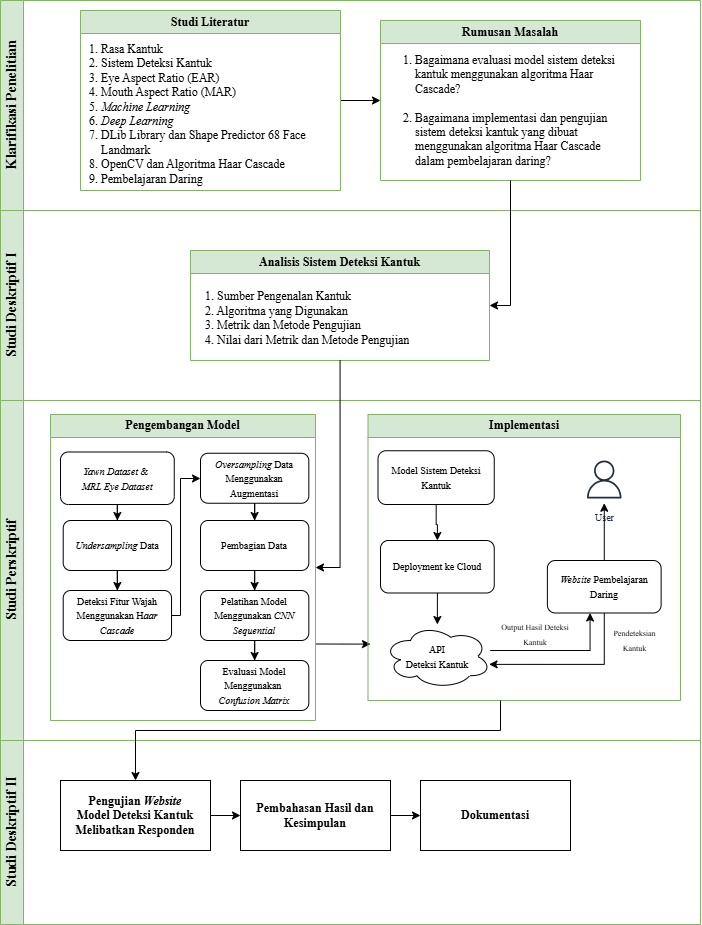
Above: Desain Penelitian.drawio.png in pakkaem/app.diagrams.net-repo (draw.io), before the change. Source tidied: cells renumbered, new cells last; positions are measured from the earlier drawing's top-left corner, leaving out a move shared by most shapes.
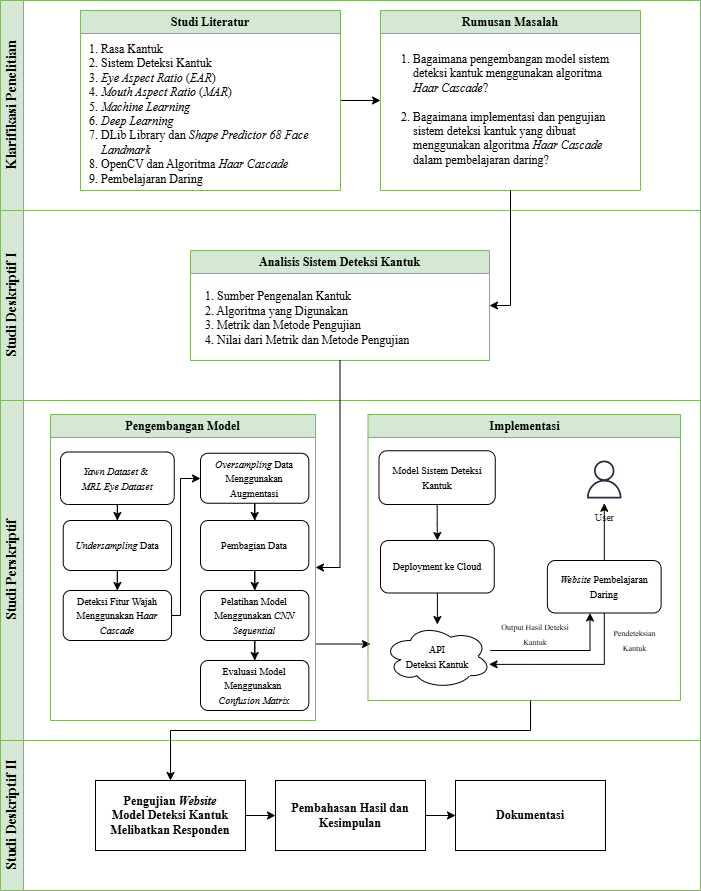
After the commit.

Change to the diagram source:
```diff
@@ -5,20 +5,20 @@
     <mxCell id="2" value="Klarifikasi Penelitian" style="swimlane;horizontal=0;whiteSpace=wrap;html=1;fontFamily=Times New Roman;fontSize=14;fillColor=#d5e8d4;strokeColor=#82b366;" parent="1" vertex="1">
       <mxGeometry width="700" height="210" as="geometry" />
     </mxCell>
-    <mxCell id="3" style="edgeStyle=orthogonalEdgeStyle;rounded=0;jettySize=auto;html=1;entryX=0;entryY=0.5;entryDx=0;entryDy=0;" parent="2" edge="1" source="4" target="6">
+    <mxCell id="3" style="edgeStyle=orthogonalEdgeStyle;rounded=0;jettySize=auto;html=1;" parent="2" edge="1" source="4" target="6">
       <mxGeometry relative="1" as="geometry" />
     </mxCell>
     <mxCell id="4" value="&lt;font face=&quot;Times New Roman&quot;&gt;Studi Literatur&lt;/font&gt;" style="swimlane;whiteSpace=wrap;html=1;fillColor=#d5e8d4;strokeColor=#82b366;" parent="2" vertex="1">
       <mxGeometry x="80" y="10" width="260" height="180" as="geometry" />
     </mxCell>
-    <mxCell id="5" value="&lt;p&gt;&lt;span style=&quot;background-color: initial;&quot;&gt;1. Rasa Kantuk&lt;br&gt;2. Sistem Deteksi Kantuk&lt;br&gt;3. Eye Aspect Ratio (EAR)&lt;br&gt;&lt;/span&gt;&lt;span style=&quot;background-color: initial;&quot;&gt;4. Mouth Aspect Ratio (MAR)&amp;nbsp;&lt;br&gt;5. &lt;i&gt;Machine Learning&lt;/i&gt;&lt;br&gt;6. &lt;i&gt;Deep Learning&lt;br&gt;&lt;/i&gt;7. DLib Library dan Shape Predictor 68 Face&amp;nbsp; &amp;nbsp; &amp;nbsp; &amp;nbsp; &amp;nbsp; &amp;nbsp; Landmark&lt;br&gt;8. OpenCV dan Algoritma Haar Cascade&lt;br&gt;9. Pembelajaran Daring&lt;/span&gt;&lt;/p&gt;" style="text;html=1;strokeColor=none;fillColor=none;spacing=5;spacingTop=-20;whiteSpace=wrap;overflow=hidden;rounded=0;fontFamily=Times New Roman;" parent="4" vertex="1">
+    <mxCell id="5" value="&lt;p&gt;&lt;span style=&quot;background-color: initial;&quot;&gt;1. Rasa Kantuk&lt;br&gt;2. Sistem Deteksi Kantuk&lt;br&gt;3. &lt;i&gt;Eye Aspect Ratio&lt;/i&gt; (&lt;i&gt;EAR&lt;/i&gt;)&lt;br&gt;&lt;/span&gt;&lt;span style=&quot;background-color: initial;&quot;&gt;4. &lt;i&gt;Mouth Aspect Ratio&lt;/i&gt; (&lt;i&gt;MAR&lt;/i&gt;)&amp;nbsp;&lt;br&gt;5. &lt;i&gt;Machine Learning&lt;/i&gt;&lt;br&gt;6. &lt;i&gt;Deep Learning&lt;br&gt;&lt;/i&gt;7. DLib Library dan &lt;i&gt;Shape Predictor 68 Face&amp;nbsp; &amp;nbsp; &amp;nbsp; &amp;nbsp; &amp;nbsp; &amp;nbsp; Landmark&lt;/i&gt;&lt;br&gt;8. OpenCV dan Algoritma &lt;i&gt;Haar Cascade&lt;/i&gt;&lt;br&gt;9. Pembelajaran Daring&lt;/span&gt;&lt;/p&gt;" style="text;html=1;strokeColor=none;fillColor=none;spacing=5;spacingTop=-20;whiteSpace=wrap;overflow=hidden;rounded=0;fontFamily=Times New Roman;" parent="4" vertex="1">
       <mxGeometry x="4" y="30" width="250" height="150" as="geometry" />
     </mxCell>
     <mxCell id="6" value="&lt;font face=&quot;Times New Roman&quot;&gt;Rumusan Masalah&lt;/font&gt;" style="swimlane;whiteSpace=wrap;html=1;startSize=23;fillColor=#d5e8d4;strokeColor=#82b366;" parent="2" vertex="1">
-      <mxGeometry x="380" y="20" width="260" height="160" as="geometry" />
+      <mxGeometry x="380" y="10" width="260" height="180" as="geometry" />
     </mxCell>
-    <mxCell id="7" value="&lt;p&gt;&lt;/p&gt;&lt;ol&gt;&lt;li&gt;Bagaimana evaluasi model sistem deteksi kantuk menggunakan algoritma Haar Cascade?&lt;br&gt;&lt;br&gt;&lt;/li&gt;&lt;li&gt;Bagaimana implementasi dan pengujian sistem deteksi kantuk yang dibuat menggunakan algoritma Haar Cascade dalam pembelajaran daring?&lt;/li&gt;&lt;/ol&gt;&lt;p&gt;&lt;/p&gt;" style="text;html=1;strokeColor=none;fillColor=none;spacing=5;spacingTop=-20;whiteSpace=wrap;overflow=hidden;rounded=0;fontFamily=Times New Roman;" parent="6" vertex="1">
-      <mxGeometry x="-10" y="31" width="260" height="130" as="geometry" />
+    <mxCell id="7" value="&lt;p&gt;&lt;/p&gt;&lt;ol&gt;&lt;li&gt;Bagaimana pengembangan model sistem deteksi kantuk menggunakan algoritma &lt;i&gt;Haar Cascade&lt;/i&gt;?&lt;br&gt;&lt;br&gt;&lt;/li&gt;&lt;li&gt;Bagaimana implementasi dan pengujian sistem deteksi kantuk yang dibuat menggunakan algoritma &lt;i&gt;Haar Cascade&lt;/i&gt; dalam pembelajaran daring?&lt;/li&gt;&lt;/ol&gt;&lt;p&gt;&lt;/p&gt;" style="text;html=1;strokeColor=none;fillColor=none;spacing=5;spacingTop=-20;whiteSpace=wrap;overflow=hidden;rounded=0;fontFamily=Times New Roman;" parent="6" vertex="1">
+      <mxGeometry x="-12.5" y="40" width="260" height="130" as="geometry" />
     </mxCell>
     <mxCell id="8" value="Studi Deskriptif I" style="swimlane;horizontal=0;whiteSpace=wrap;html=1;fontFamily=Times New Roman;fontSize=14;fillColor=#d5e8d4;strokeColor=#82b366;" parent="1" vertex="1">
       <mxGeometry y="210" width="700" height="190" as="geometry" />
@@ -91,7 +91,7 @@
       <mxGeometry relative="1" as="geometry" />
     </mxCell>
     <mxCell id="29" value="&lt;font face=&quot;Times New Roman&quot;&gt;&lt;span style=&quot;font-size: 10px;&quot;&gt;Model Sistem Deteksi Kantuk&lt;/span&gt;&lt;/font&gt;" style="rounded=1;whiteSpace=wrap;html=1;align=center;" parent="27" vertex="1">
-      <mxGeometry x="10" y="36.2" width="116.2" height="53.8" as="geometry" />
+      <mxGeometry x="11" y="36.2" width="116.2" height="53.8" as="geometry" />
     </mxCell>
     <mxCell id="30" style="edgeStyle=orthogonalEdgeStyle;rounded=0;jettySize=auto;html=1;" parent="27" edge="1" source="32" target="33">
       <mxGeometry relative="1" as="geometry" />
@@ -134,22 +134,22 @@
       <mxGeometry x="132.5" y="210" width="70" height="18.5" as="geometry" />
     </mxCell>
     <mxCell id="40" value="Studi Deskriptif II" style="swimlane;horizontal=0;whiteSpace=wrap;html=1;fontFamily=Times New Roman;fontSize=14;fillColor=#d5e8d4;strokeColor=#82b366;" parent="1" vertex="1">
-      <mxGeometry y="740" width="700" height="184" as="geometry" />
+      <mxGeometry y="740" width="700" height="150" as="geometry" />
     </mxCell>
     <mxCell id="41" style="edgeStyle=orthogonalEdgeStyle;rounded=0;jettySize=auto;html=1;" parent="40" edge="1" source="42" target="44">
       <mxGeometry relative="1" as="geometry" />
     </mxCell>
     <mxCell id="42" value="&lt;font face=&quot;Times New Roman&quot;&gt;&lt;b&gt;Pengujian &lt;i&gt;Website&lt;/i&gt;&lt;br&gt;Model Deteksi Kantuk Melibatkan Responden&lt;/b&gt;&lt;/font&gt;" style="rounded=0;whiteSpace=wrap;html=1;" parent="40" vertex="1">
-      <mxGeometry x="60" y="40" width="150" height="70" as="geometry" />
+      <mxGeometry x="95" y="40" width="150" height="70" as="geometry" />
     </mxCell>
     <mxCell id="43" style="edgeStyle=orthogonalEdgeStyle;rounded=0;jettySize=auto;html=1;" parent="40" edge="1" source="44" target="45">
       <mxGeometry relative="1" as="geometry" />
     </mxCell>
     <mxCell id="44" value="&lt;font face=&quot;Times New Roman&quot;&gt;&lt;b&gt;Pembahasan Hasil dan Kesimpulan&lt;/b&gt;&lt;/font&gt;" style="rounded=0;whiteSpace=wrap;html=1;" parent="40" vertex="1">
-      <mxGeometry x="240" y="40" width="150" height="70" as="geometry" />
+      <mxGeometry x="275" y="40" width="150" height="70" as="geometry" />
     </mxCell>
     <mxCell id="45" value="&lt;font face=&quot;Times New Roman&quot;&gt;&lt;b&gt;Dokumentasi&lt;/b&gt;&lt;/font&gt;" style="rounded=0;whiteSpace=wrap;html=1;" parent="40" vertex="1">
-      <mxGeometry x="420" y="40" width="150" height="70" as="geometry" />
+      <mxGeometry x="455" y="40" width="150" height="70" as="geometry" />
     </mxCell>
     <mxCell id="46" style="edgeStyle=orthogonalEdgeStyle;rounded=0;jettySize=auto;html=1;entryX=1;entryY=0.5;entryDx=0;entryDy=0;" parent="1" edge="1" source="6" target="9">
       <mxGeometry relative="1" as="geometry" />
@@ -160,8 +160,8 @@
     <mxCell id="48" style="edgeStyle=orthogonalEdgeStyle;rounded=0;jettySize=auto;html=1;entryX=0.5;entryY=0;entryDx=0;entryDy=0;" parent="1" edge="1" source="27" target="42">
       <mxGeometry relative="1" as="geometry">
         <Array as="points">
-          <mxPoint x="500" y="730" />
-          <mxPoint x="135" y="730" />
+          <mxPoint x="530" y="730" />
+          <mxPoint x="170" y="730" />
         </Array>
       </mxGeometry>
     </mxCell>
```
